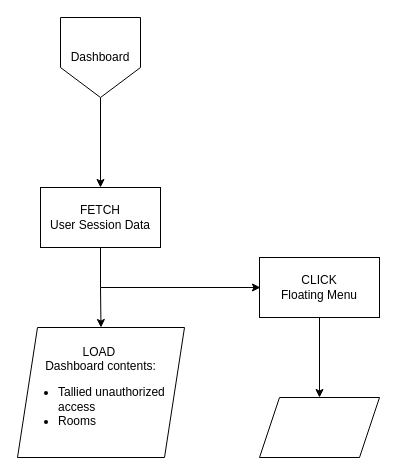
Above: page "Dashboard" (3 of 6) of diagrams/RoomSecurity.drawio.xml in N-Jacques/RoomSecurity (draw.io), before the change. Source tidied: cells renumbered, new cells numbered last; positions are measured from the earlier drawing's top-left corner, leaving out a move shared by most shapes. Both pictures are drawn from the tidied source at 100%, with x=0, y=0 at pixel (17, 17).
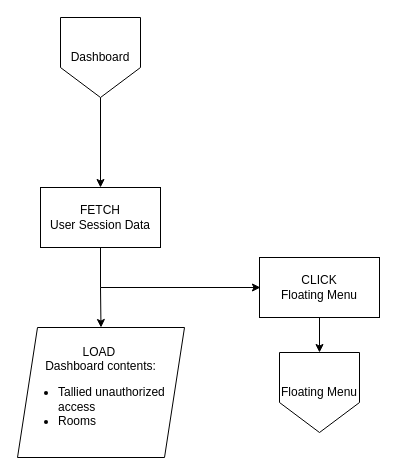
After the change.

The edit, as a diff of the source:
```diff
@@
 <mxGraphModel>
   <root>
     <mxCell id="0" />
     <mxCell id="1" parent="0" />
     <mxCell id="2" style="edgeStyle=orthogonalEdgeStyle;rounded=0;jettySize=auto;html=1;" parent="1" edge="1" source="3" target="5">
       <mxGeometry relative="1" as="geometry" />
     </mxCell>
     <mxCell id="3" value="Dashboard" style="shape=offPageConnector;whiteSpace=wrap;html=1;" parent="1" vertex="1">
       <mxGeometry x="43" width="80" height="80" as="geometry" />
     </mxCell>
     <mxCell id="4" style="edgeStyle=orthogonalEdgeStyle;rounded=0;jettySize=auto;html=1;" parent="1" edge="1" source="5" target="6">
       <mxGeometry relative="1" as="geometry" />
     </mxCell>
     <mxCell id="5" value="FETCH&lt;div&gt;User Session Data&lt;/div&gt;" style="whiteSpace=wrap;html=1;" parent="1" vertex="1">
       <mxGeometry x="23" y="170" width="120" height="60" as="geometry" />
     </mxCell>
     <mxCell id="6" value="LOAD&amp;nbsp;&lt;div&gt;Dashboard contents:&lt;/div&gt;&lt;div&gt;&lt;ul&gt;&lt;li style=&quot;text-align: left;&quot;&gt;Tallied unauthorized access&lt;/li&gt;&lt;li style=&quot;text-align: left;&quot;&gt;Rooms&lt;/li&gt;&lt;/ul&gt;&lt;/div&gt;" style="shape=parallelogram;perimeter=parallelogramPerimeter;whiteSpace=wrap;html=1;fixedSize=1;align=center;" parent="1" vertex="1">
       <mxGeometry y="310" width="167" height="130" as="geometry" />
     </mxCell>
     <mxCell id="7" style="endArrow=classic;html=1;rounded=0;entryX=0.008;entryY=0.5;entryDx=0;entryDy=0;entryPerimeter=0;" parent="1" edge="1" target="9">
       <mxGeometry relative="1" as="geometry">
         <mxPoint x="83" y="270" as="sourcePoint" />
       </mxGeometry>
     </mxCell>
-    <mxCell id="8" style="edgeStyle=orthogonalEdgeStyle;rounded=0;jettySize=auto;html=1;" parent="1" edge="1" source="9" target="10">
-      <mxGeometry relative="1" as="geometry" />
-    </mxCell>
+    <mxCell id="11" style="edgeStyle=orthogonalEdgeStyle;rounded=0;jettySize=auto;html=1;" parent="1" edge="1" source="9" target="12">
+      <mxGeometry relative="1" as="geometry" />
+    </mxCell>
     <mxCell id="9" value="CLICK&lt;div&gt;Floating Menu&lt;/div&gt;" style="whiteSpace=wrap;html=1;" parent="1" vertex="1">
       <mxGeometry x="242" y="240" width="120" height="60" as="geometry" />
     </mxCell>
-    <mxCell id="10" style="shape=parallelogram;perimeter=parallelogramPerimeter;whiteSpace=wrap;html=1;fixedSize=1;" parent="1" vertex="1">
-      <mxGeometry x="242" y="380" width="120" height="60" as="geometry" />
-    </mxCell>
+    <mxCell id="12" value="Floating Menu" style="shape=offPageConnector;whiteSpace=wrap;html=1;" parent="1" vertex="1">
+      <mxGeometry x="262" y="335" width="80" height="80" as="geometry" />
+    </mxCell>
   </root>
 </mxGraphModel>
```
